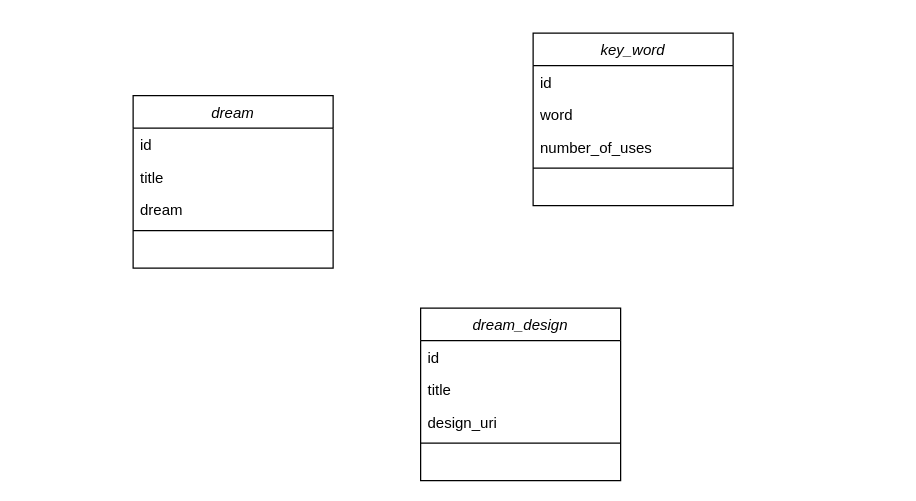
yuri3gp/dreamapi keeps this draw.io diagram as storage/Untitled Diagram.drawio. Above is the earlier version. Source tidied: cells renumbered, new cells numbered last; positions are measured from the earlier drawing's top-left corner, leaving out a move shared by most shapes. Both pictures are drawn from the tidied source at 125%, with x=0, y=0 at pixel (132, 32).
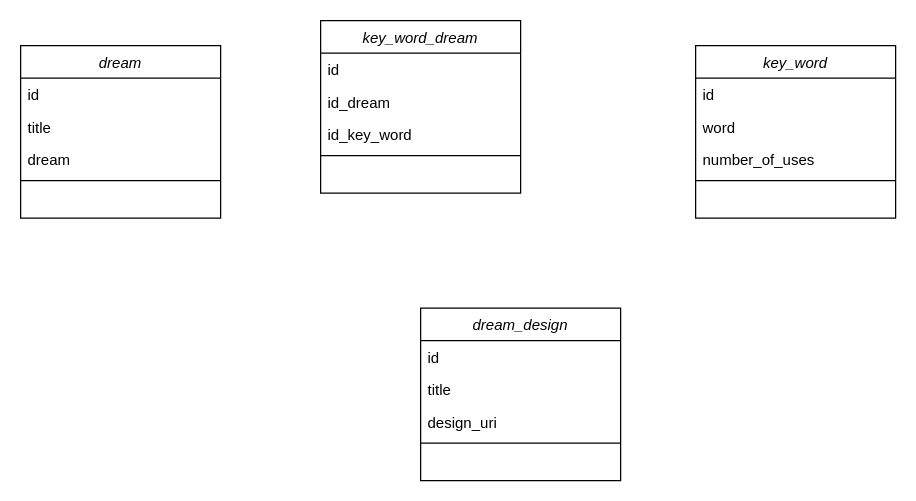
Above is the later version.

The edit, as a diff of the source:
```diff
@@
     <mxCell id="2" value="dream" style="swimlane;fontStyle=2;align=center;verticalAlign=top;horizontal=1;startSize=26;rounded=0;shadow=0;strokeWidth=1;" parent="1" vertex="1">
-      <mxGeometry y="50" width="160" height="138" as="geometry" />
+      <mxGeometry x="-90" y="10" width="160" height="138" as="geometry" />
     </mxCell>
@@
     <mxCell id="7" value="key_word" style="swimlane;fontStyle=2;align=center;verticalAlign=top;horizontal=1;startSize=26;rounded=0;shadow=0;strokeWidth=1;" parent="1" vertex="1">
-      <mxGeometry x="320" width="160" height="138" as="geometry" />
+      <mxGeometry x="450" y="10" width="160" height="138" as="geometry" />
     </mxCell>
@@
+    <mxCell id="17" value="key_word_dream" style="swimlane;fontStyle=2;align=center;verticalAlign=top;horizontal=1;startSize=26;rounded=0;shadow=0;strokeWidth=1;" parent="1" vertex="1">
+      <mxGeometry x="150" y="-10" width="160" height="138" as="geometry" />
+    </mxCell>
+    <mxCell id="18" value="id" style="text;align=left;verticalAlign=top;spacingLeft=4;spacingRight=4;overflow=hidden;rounded=0;shadow=0;html=0;" parent="17" vertex="1">
+      <mxGeometry y="26" width="160" height="26" as="geometry" />
+    </mxCell>
+    <mxCell id="19" value="id_dream" style="text;align=left;verticalAlign=top;spacingLeft=4;spacingRight=4;overflow=hidden;" parent="17" vertex="1">
+      <mxGeometry y="52" width="160" height="26" as="geometry" />
+    </mxCell>
+    <mxCell id="20" value="id_key_word" style="text;align=left;verticalAlign=top;spacingLeft=4;spacingRight=4;overflow=hidden;rounded=0;shadow=0;html=0;" parent="17" vertex="1">
+      <mxGeometry y="78" width="160" height="26" as="geometry" />
+    </mxCell>
+    <mxCell id="21" style="line;html=1;strokeWidth=1;align=left;verticalAlign=middle;spacingTop=-1;spacingLeft=3;spacingRight=3;labelPosition=right;" parent="17" vertex="1">
+      <mxGeometry y="104" width="160" height="8" as="geometry" />
+    </mxCell>
```
